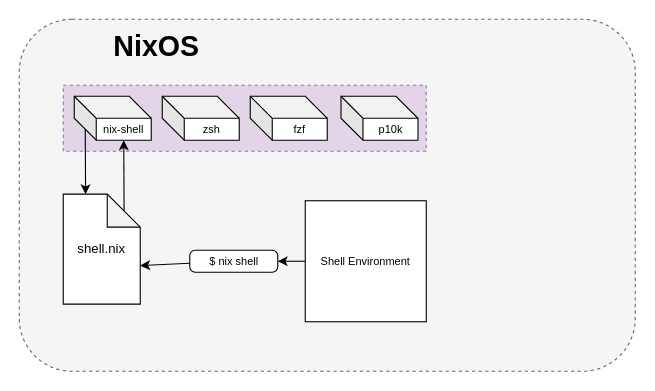
This is posts/coder-and-nix/static/nix_tooling.drawio from coder/blogs, a draw.io file, before an edit. Source tidied: cells renumbered, new cells numbered last; positions are measured from the earlier drawing's top-left corner, leaving out a move shared by most shapes. Both pictures are drawn from the tidied source at 110%, with x=0, y=0 at pixel (19, 19).
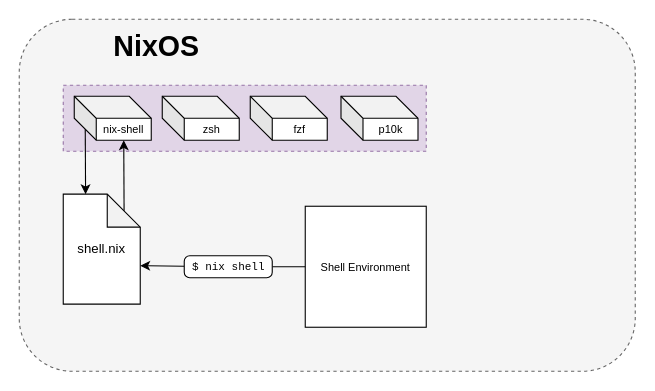
Above is the later version.

Diff of the diagram source:
```diff
@@
 <mxGraphModel>
   <root>
     <mxCell id="0" />
     <mxCell id="1" parent="0" />
     <mxCell id="2" style="rounded=1;whiteSpace=wrap;html=1;dashed=1;fillColor=#f5f5f5;fontColor=#333333;strokeColor=#666666;" parent="1" vertex="1">
       <mxGeometry width="560" height="320" as="geometry" />
     </mxCell>
     <mxCell id="3" style="rounded=0;whiteSpace=wrap;html=1;fillColor=#e1d5e7;strokeColor=#9673a6;dashed=1;" parent="1" vertex="1">
       <mxGeometry x="40" y="60" width="330" height="60" as="geometry" />
     </mxCell>
     <mxCell id="4" value="NixOS" style="text;html=1;strokeColor=none;fillColor=none;align=center;verticalAlign=middle;whiteSpace=wrap;rounded=0;dashed=1;fontStyle=1;fontSize=26;" parent="1" vertex="1">
       <mxGeometry x="95" y="10" width="60" height="30" as="geometry" />
     </mxCell>
     <mxCell id="5" style="edgeStyle=none;html=1;entryX=0;entryY=0;entryDx=45;entryDy=40;entryPerimeter=0;fontSize=10;exitX=0.79;exitY=0.15;exitDx=0;exitDy=0;exitPerimeter=0;" parent="1" edge="1" source="6" target="8">
       <mxGeometry relative="1" as="geometry" />
     </mxCell>
     <mxCell id="6" value="shell.nix" style="shape=note;whiteSpace=wrap;html=1;backgroundOutline=1;darkOpacity=0.05;rounded=1;fontSize=12;points=[[0,0,0,0,0],[0,0.24,0,0,0],[0,0.5,0,0,0],[0,0.75,0,0,0],[0,1,0,0,0],[0.29,0,0,0,0],[0.5,0,0,0,0],[0.5,1,0,0,0],[0.57,0,0,0,0],[0.79,0.15,0,0,0],[1,0.3,0,0,0],[1,0.48,0,0,0],[1,0.65,0,0,0],[1,0.81,0,0,0],[1,1,0,0,0]];" parent="1" vertex="1">
       <mxGeometry x="40" y="159" width="70" height="100" as="geometry" />
     </mxCell>
     <mxCell id="7" style="edgeStyle=none;html=1;exitX=0;exitY=0;exitDx=10;exitDy=30;exitPerimeter=0;entryX=0.29;entryY=0;entryDx=0;entryDy=0;entryPerimeter=0;fontSize=10;" parent="1" edge="1" source="8" target="6">
       <mxGeometry relative="1" as="geometry" />
     </mxCell>
     <mxCell id="8" value="nix-shell" style="shape=cube;whiteSpace=wrap;html=1;boundedLbl=1;backgroundOutline=1;darkOpacity=0.05;darkOpacity2=0.1;rounded=1;fontSize=10;" parent="1" vertex="1">
       <mxGeometry x="50" y="70" width="70" height="40" as="geometry" />
     </mxCell>
     <mxCell id="9" value="zsh" style="shape=cube;whiteSpace=wrap;html=1;boundedLbl=1;backgroundOutline=1;darkOpacity=0.05;darkOpacity2=0.1;rounded=1;fontSize=10;" parent="1" vertex="1">
       <mxGeometry x="130" y="70" width="70" height="40" as="geometry" />
     </mxCell>
     <mxCell id="10" value="fzf" style="shape=cube;whiteSpace=wrap;html=1;boundedLbl=1;backgroundOutline=1;darkOpacity=0.05;darkOpacity2=0.1;rounded=1;fontSize=10;" parent="1" vertex="1">
       <mxGeometry x="210" y="70" width="70" height="40" as="geometry" />
     </mxCell>
     <mxCell id="11" value="p10k" style="shape=cube;whiteSpace=wrap;html=1;boundedLbl=1;backgroundOutline=1;darkOpacity=0.05;darkOpacity2=0.1;rounded=1;fontSize=10;" parent="1" vertex="1">
       <mxGeometry x="292.5" y="70" width="70" height="40" as="geometry" />
     </mxCell>
-    <mxCell id="12" style="edgeStyle=none;html=1;entryX=1;entryY=0.5;entryDx=0;entryDy=0;fontSize=10;" parent="1" edge="1" source="13" target="15">
+    <mxCell id="12" style="edgeStyle=none;html=1;entryX=1;entryY=0.65;entryDx=0;entryDy=0;fontSize=10;entryPerimeter=0;startArrow=none;" parent="1" edge="1" source="15" target="6">
       <mxGeometry relative="1" as="geometry" />
     </mxCell>
     <mxCell id="13" value="Shell Environment" style="whiteSpace=wrap;html=1;rounded=0;fontSize=10;" parent="1" vertex="1">
-      <mxGeometry x="260" y="165" width="110" height="110" as="geometry" />
+      <mxGeometry x="260" y="170" width="110" height="110" as="geometry" />
     </mxCell>
-    <mxCell id="14" style="edgeStyle=none;html=1;entryX=1;entryY=0.65;entryDx=0;entryDy=0;entryPerimeter=0;fontSize=10;" parent="1" edge="1" source="15" target="6">
-      <mxGeometry relative="1" as="geometry" />
-    </mxCell>
+    <mxCell id="16" style="edgeStyle=none;html=1;entryX=1;entryY=0.5;entryDx=0;entryDy=0;fontSize=10;endArrow=none;" parent="1" edge="1" source="13" target="15">
+      <mxGeometry relative="1" as="geometry" />
+    </mxCell>
-    <mxCell id="15" value="$ nix shell" style="html=1;rounded=1;absoluteArcSize=1;arcSize=10;fontSize=10;" parent="1" vertex="1">
-      <mxGeometry x="155" y="210" width="80" height="20" as="geometry" />
+    <mxCell id="15" value="$ nix shell" style="html=1;rounded=1;absoluteArcSize=1;arcSize=10;fontSize=10;fontFamily=Courier New;" parent="1" vertex="1">
+      <mxGeometry x="150" y="215" width="80" height="20" as="geometry" />
     </mxCell>
   </root>
 </mxGraphModel>
```
